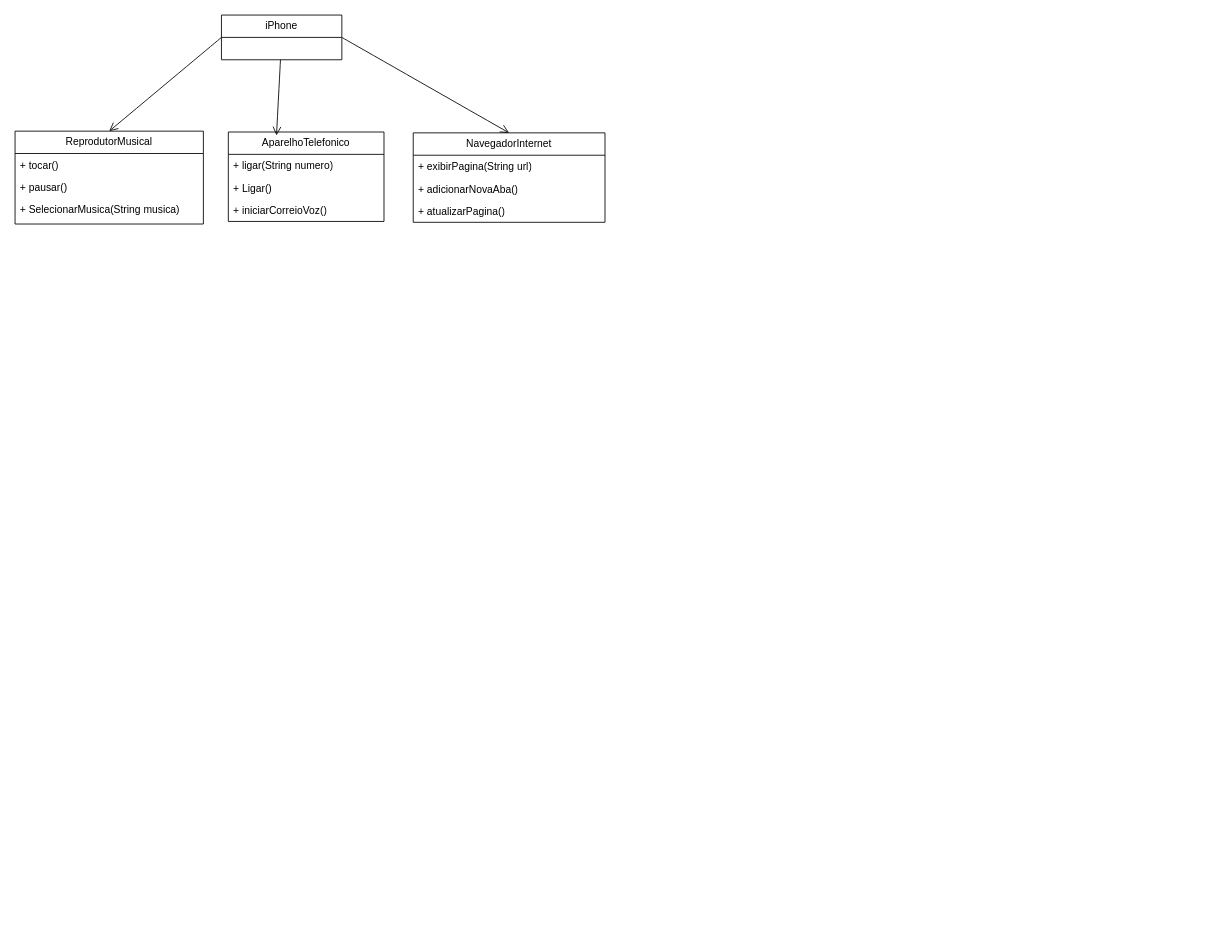
This is Diagrama sem nome.drawio from thainabsouza/iPhoneApplePoo, a draw.io file, before an edit. Source tidied: cells renumbered, new cells numbered last; positions are measured from the earlier drawing's top-left corner, leaving out a move shared by most shapes. Both pictures are drawn from the tidied source at 86%, with x=0, y=0 at pixel (15, 15).
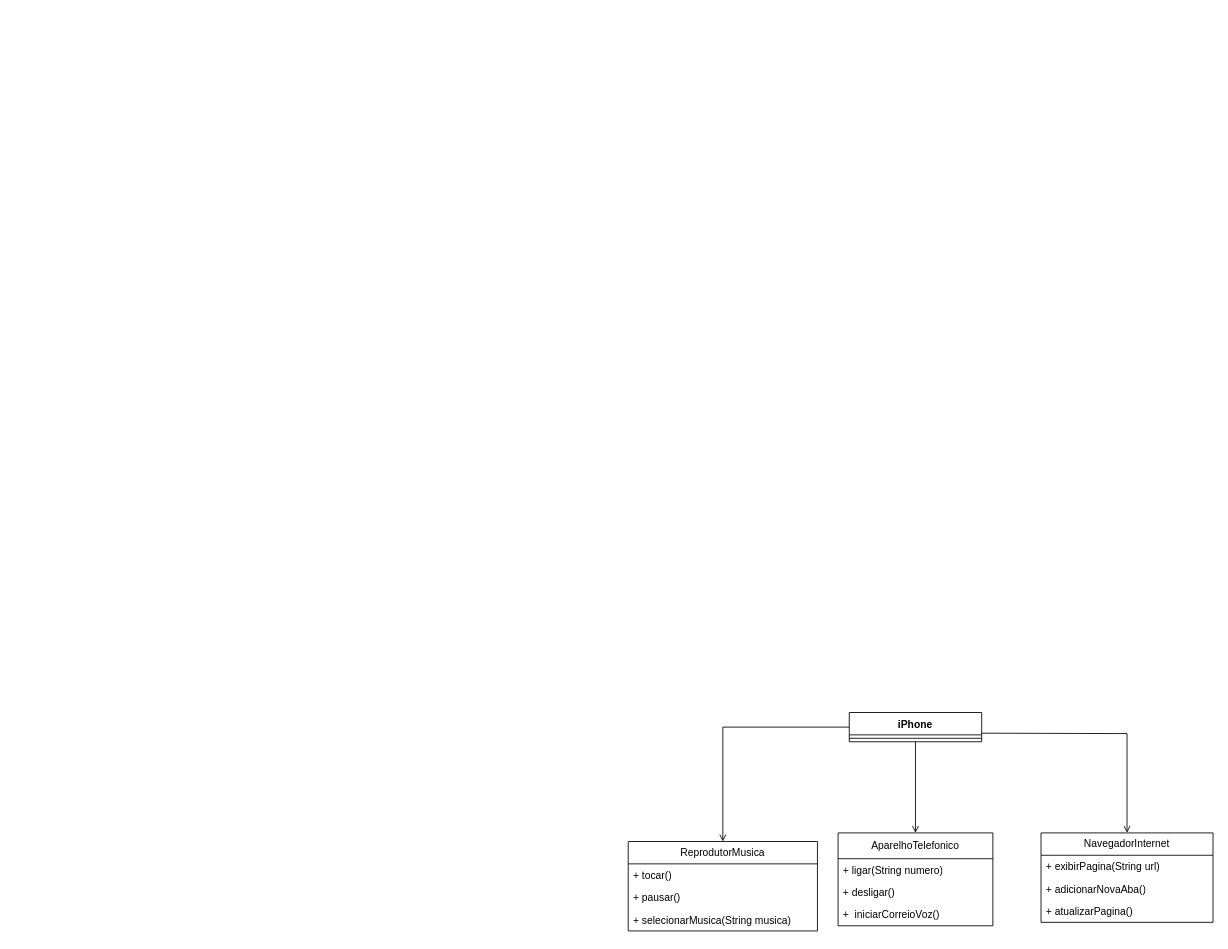
The same diagram, later.

What changed in the source:
```diff
@@
 <mxGraphModel>
   <root>
     <mxCell id="0" />
     <mxCell id="1" parent="0" />
-    <mxCell id="2" value="ReprodutorMusical" style="swimlane;fontStyle=0;horizontal=1;startSize=26;fillColor=none;whiteSpace=wrap;html=1;" parent="1" vertex="1">
-      <mxGeometry y="135" width="219" height="108" as="geometry" />
-    </mxCell>
+    <mxCell id="18" value="ReprodutorMusica" style="swimlane;fontStyle=0;horizontal=1;startSize=26;fillColor=none;whiteSpace=wrap;html=1;" parent="1" vertex="1">
+      <mxGeometry x="713" y="961" width="220" height="104" as="geometry" />
+    </mxCell>
-    <mxCell id="3" value="+ tocar()" style="text;strokeColor=none;fillColor=none;align=left;verticalAlign=top;spacingLeft=4;spacingRight=4;overflow=hidden;whiteSpace=wrap;html=1;" parent="2" vertex="1">
-      <mxGeometry y="26" width="219" height="26" as="geometry" />
+    <mxCell id="3" value="+ tocar()" style="text;strokeColor=none;fillColor=none;align=left;verticalAlign=top;spacingLeft=4;spacingRight=4;overflow=hidden;whiteSpace=wrap;html=1;" parent="18" vertex="1">
+      <mxGeometry y="26" width="220" height="26" as="geometry" />
     </mxCell>
-    <mxCell id="4" value="+ pausar()" style="text;strokeColor=none;fillColor=none;align=left;verticalAlign=top;spacingLeft=4;spacingRight=4;overflow=hidden;whiteSpace=wrap;html=1;" parent="2" vertex="1">
-      <mxGeometry y="52" width="219" height="26" as="geometry" />
+    <mxCell id="4" value="+ pausar()" style="text;strokeColor=none;fillColor=none;align=left;verticalAlign=top;spacingLeft=4;spacingRight=4;overflow=hidden;whiteSpace=wrap;html=1;" parent="18" vertex="1">
+      <mxGeometry y="52" width="220" height="26" as="geometry" />
     </mxCell>
-    <mxCell id="5" value="+ SelecionarMusica(String musica)" style="text;strokeColor=none;fillColor=none;align=left;verticalAlign=top;spacingLeft=4;spacingRight=4;overflow=hidden;whiteSpace=wrap;html=1;" parent="2" vertex="1">
-      <mxGeometry y="78" width="219" height="30" as="geometry" />
-    </mxCell>
+    <mxCell id="19" value="+ selecionarMusica(String musica)&lt;div&gt;&lt;br&gt;&lt;/div&gt;" style="text;strokeColor=none;fillColor=none;align=left;verticalAlign=top;spacingLeft=4;spacingRight=4;overflow=hidden;whiteSpace=wrap;html=1;" parent="18" vertex="1">
+      <mxGeometry y="78" width="220" height="26" as="geometry" />
+    </mxCell>
-    <mxCell id="6" value="AparelhoTelefonico" style="swimlane;fontStyle=0;horizontal=1;startSize=26;fillColor=none;whiteSpace=wrap;html=1;" parent="1" vertex="1">
-      <mxGeometry x="248" y="136" width="181" height="104" as="geometry" />
+    <mxCell id="6" value="&lt;div&gt;&lt;br&gt;&lt;/div&gt;AparelhoTelefonico&lt;div&gt;&lt;br&gt;&lt;/div&gt;" style="swimlane;fontStyle=0;horizontal=1;startSize=30;fillColor=none;whiteSpace=wrap;html=1;" parent="1" vertex="1">
+      <mxGeometry x="957" y="951" width="180" height="108" as="geometry" />
     </mxCell>
     <mxCell id="7" value="+ ligar(String numero)" style="text;strokeColor=none;fillColor=none;align=left;verticalAlign=top;spacingLeft=4;spacingRight=4;overflow=hidden;whiteSpace=wrap;html=1;" parent="6" vertex="1">
-      <mxGeometry y="26" width="181" height="26" as="geometry" />
+      <mxGeometry y="30" width="180" height="26" as="geometry" />
     </mxCell>
-    <mxCell id="8" value="+ Ligar()" style="text;strokeColor=none;fillColor=none;align=left;verticalAlign=top;spacingLeft=4;spacingRight=4;overflow=hidden;whiteSpace=wrap;html=1;" parent="6" vertex="1">
-      <mxGeometry y="52" width="181" height="26" as="geometry" />
-    </mxCell>
+    <mxCell id="20" value="+ desligar()" style="text;strokeColor=none;fillColor=none;align=left;verticalAlign=top;spacingLeft=4;spacingRight=4;overflow=hidden;whiteSpace=wrap;html=1;" parent="6" vertex="1">
+      <mxGeometry y="56" width="180" height="26" as="geometry" />
+    </mxCell>
-    <mxCell id="9" value="+ iniciarCorreioVoz()" style="text;strokeColor=none;fillColor=none;align=left;verticalAlign=top;spacingLeft=4;spacingRight=4;overflow=hidden;whiteSpace=wrap;html=1;" parent="6" vertex="1">
-      <mxGeometry y="78" width="181" height="26" as="geometry" />
+    <mxCell id="9" value="+&amp;nbsp; iniciarCorreioVoz()&lt;div&gt;&lt;br/&gt;&lt;/div&gt;" style="text;strokeColor=none;fillColor=none;align=left;verticalAlign=top;spacingLeft=4;spacingRight=4;overflow=hidden;whiteSpace=wrap;html=1;" parent="6" vertex="1">
+      <mxGeometry y="82" width="180" height="26" as="geometry" />
     </mxCell>
     <mxCell id="10" value="NavegadorInternet" style="swimlane;fontStyle=0;horizontal=1;startSize=26;fillColor=none;whiteSpace=wrap;html=1;" parent="1" vertex="1">
-      <mxGeometry x="463" y="137" width="223" height="104" as="geometry" />
+      <mxGeometry x="1193" y="951" width="200" height="104" as="geometry" />
     </mxCell>
-    <mxCell id="11" value="+&amp;nbsp;exibirPagina(String url)" style="text;strokeColor=none;fillColor=none;align=left;verticalAlign=top;spacingLeft=4;spacingRight=4;overflow=hidden;whiteSpace=wrap;html=1;" parent="10" vertex="1">
-      <mxGeometry y="26" width="223" height="26" as="geometry" />
+    <mxCell id="11" value="+ exibirPagina(String url)&lt;div&gt;&lt;br/&gt;&lt;/div&gt;" style="text;strokeColor=none;fillColor=none;align=left;verticalAlign=top;spacingLeft=4;spacingRight=4;overflow=hidden;whiteSpace=wrap;html=1;" parent="10" vertex="1">
+      <mxGeometry y="26" width="200" height="26" as="geometry" />
     </mxCell>
-    <mxCell id="12" value="+&amp;nbsp;adicionarNovaAba()" style="text;strokeColor=none;fillColor=none;align=left;verticalAlign=top;spacingLeft=4;spacingRight=4;overflow=hidden;whiteSpace=wrap;html=1;" parent="10" vertex="1">
-      <mxGeometry y="52" width="223" height="26" as="geometry" />
+    <mxCell id="12" value="+ adicionarNovaAba()&lt;div&gt;&lt;br/&gt;&lt;/div&gt;" style="text;strokeColor=none;fillColor=none;align=left;verticalAlign=top;spacingLeft=4;spacingRight=4;overflow=hidden;whiteSpace=wrap;html=1;" parent="10" vertex="1">
+      <mxGeometry y="52" width="200" height="26" as="geometry" />
     </mxCell>
-    <mxCell id="13" value="+&amp;nbsp;atualizarPagina()" style="text;strokeColor=none;fillColor=none;align=left;verticalAlign=top;spacingLeft=4;spacingRight=4;overflow=hidden;whiteSpace=wrap;html=1;" parent="10" vertex="1">
-      <mxGeometry y="78" width="223" height="26" as="geometry" />
+    <mxCell id="13" value="+ atualizarPagina()" style="text;strokeColor=none;fillColor=none;align=left;verticalAlign=top;spacingLeft=4;spacingRight=4;overflow=hidden;whiteSpace=wrap;html=1;" parent="10" vertex="1">
+      <mxGeometry y="78" width="200" height="26" as="geometry" />
     </mxCell>
-    <mxCell id="14" style="edgeStyle=none;curved=1;rounded=0;jettySize=auto;html=1;fontSize=12;startSize=8;endSize=8;endArrow=open;endFill=0;" parent="1" edge="1" source="17">
-      <mxGeometry relative="1" as="geometry">
-        <mxPoint x="304" y="140" as="targetPoint" />
-      </mxGeometry>
-    </mxCell>
-    <mxCell id="15" style="edgeStyle=none;curved=1;rounded=0;jettySize=auto;html=1;entryX=0.5;entryY=0;entryDx=0;entryDy=0;fontSize=12;startSize=8;endSize=8;endArrow=open;endFill=0;exitX=0;exitY=0.5;exitDx=0;exitDy=0;" parent="1" edge="1" source="17" target="2">
-      <mxGeometry relative="1" as="geometry" />
-    </mxCell>
-    <mxCell id="16" style="edgeStyle=none;curved=1;rounded=0;jettySize=auto;html=1;entryX=0.5;entryY=0;entryDx=0;entryDy=0;fontSize=12;startSize=8;endSize=8;endArrow=open;endFill=0;exitX=1;exitY=0.5;exitDx=0;exitDy=0;" parent="1" edge="1" source="17" target="10">
-      <mxGeometry relative="1" as="geometry" />
-    </mxCell>
+    <mxCell id="21" style="edgeStyle=orthogonalEdgeStyle;rounded=0;jettySize=auto;html=1;exitX=0.5;exitY=1;exitDx=0;exitDy=0;entryX=0.5;entryY=0;entryDx=0;entryDy=0;endArrow=open;endFill=0;" parent="1" edge="1" target="10">
+      <mxGeometry relative="1" as="geometry">
+        <mxPoint x="1103" y="835" as="sourcePoint" />
+      </mxGeometry>
+    </mxCell>
+    <mxCell id="22" style="edgeStyle=orthogonalEdgeStyle;rounded=0;jettySize=auto;html=1;entryX=0.5;entryY=0;entryDx=0;entryDy=0;endArrow=open;endFill=0;" parent="1" edge="1" source="17" target="6">
+      <mxGeometry relative="1" as="geometry" />
+    </mxCell>
+    <mxCell id="23" style="edgeStyle=orthogonalEdgeStyle;rounded=0;jettySize=auto;html=1;exitX=0;exitY=0.5;exitDx=0;exitDy=0;entryX=0.5;entryY=0;entryDx=0;entryDy=0;endArrow=open;endFill=0;" parent="1" edge="1" source="17" target="18">
+      <mxGeometry relative="1" as="geometry" />
+    </mxCell>
-    <mxCell id="17" value="iPhone" style="swimlane;fontStyle=0;horizontal=1;startSize=26;fillColor=none;whiteSpace=wrap;html=1;" parent="1" vertex="1">
-      <mxGeometry x="240" width="140" height="52" as="geometry" />
+    <mxCell id="17" value="iPhone" style="swimlane;fontStyle=1;align=center;verticalAlign=top;horizontal=1;startSize=26;whiteSpace=wrap;html=1;" parent="1" vertex="1">
+      <mxGeometry x="970" y="811" width="154" height="34" as="geometry" />
     </mxCell>
+    <mxCell id="24" style="line;strokeWidth=1;fillColor=none;align=left;verticalAlign=middle;spacingTop=-1;spacingLeft=3;spacingRight=3;labelPosition=right;strokeColor=inherit;" parent="17" vertex="1">
+      <mxGeometry y="26" width="154" height="8" as="geometry" />
+    </mxCell>
   </root>
 </mxGraphModel>
```
